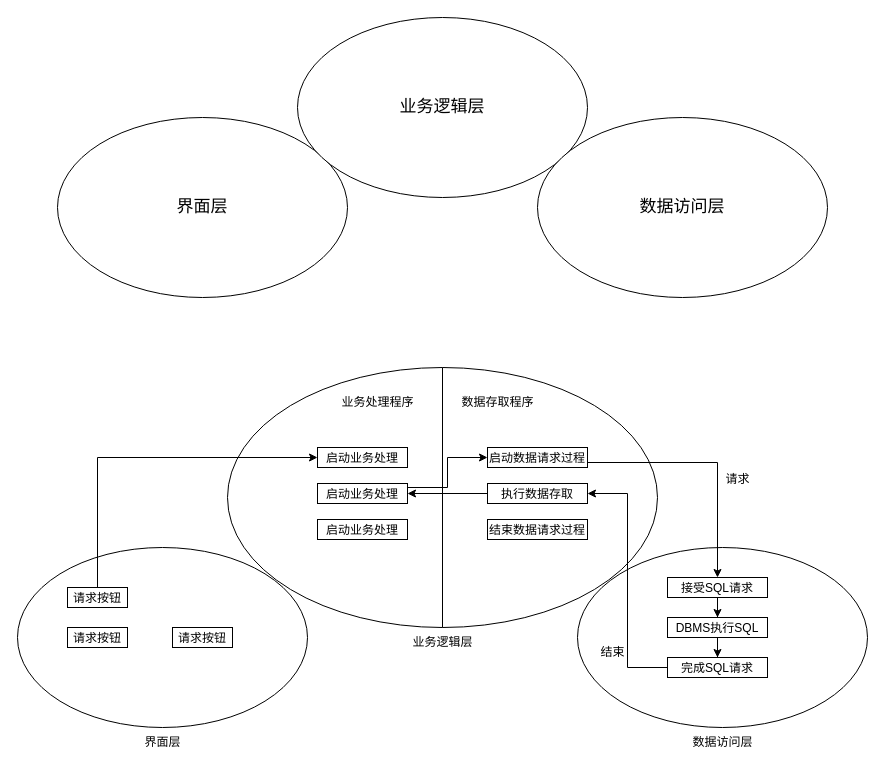
Before: pic3.drawio in lovefxyo/drawio, a draw.io diagram. Source tidied: cells renumbered, new cells numbered last; positions are measured from the earlier drawing's top-left corner, leaving out a move shared by most shapes. Both pictures are drawn from the tidied source at 100%, with x=0, y=0 at pixel (17, 17).
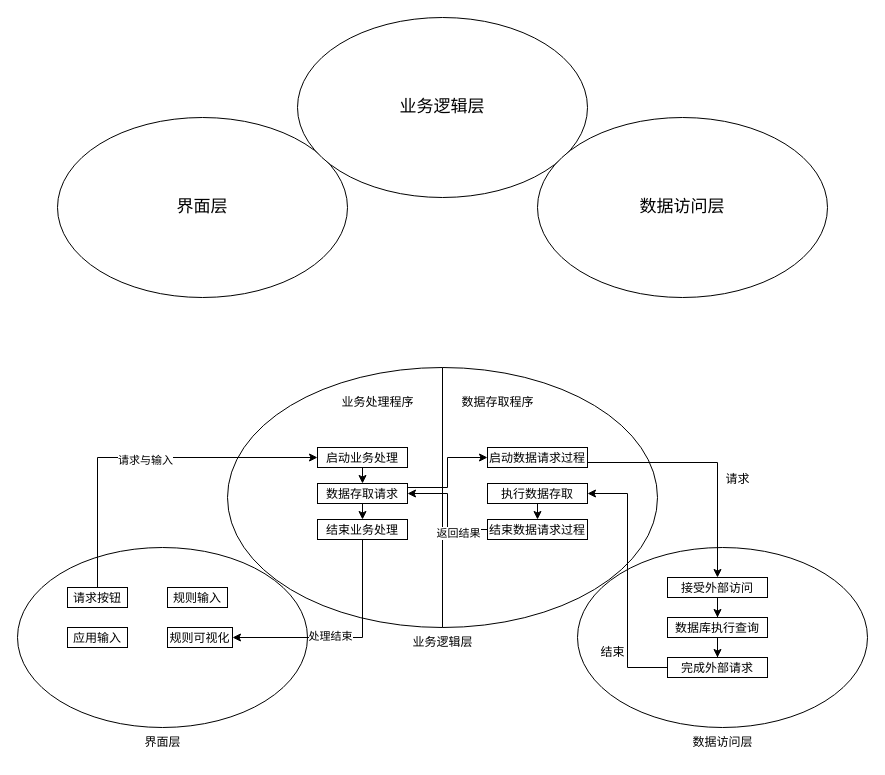
After the change.

Unchanged cells that the change refers to:
```xml
<mxCell id="8" style="edgeStyle=orthogonalEdgeStyle;rounded=0;jettySize=auto;html=1;entryX=0;entryY=0.5;entryDx=0;entryDy=0;fontSize=12;" parent="1" edge="1" source="9" target="13">
  <mxGeometry relative="1" as="geometry">
    <Array as="points">
      <mxPoint x="80" y="440" />
    </Array>
  </mxGeometry>
</mxCell>
<mxCell id="13" value="&lt;font style=&quot;font-size: 12px;&quot;&gt;启动业务处理&lt;/font&gt;" style="rounded=0;whiteSpace=wrap;html=1;shadow=0;fontSize=17;" parent="1" vertex="1">
  <mxGeometry x="300" y="430" width="90" height="20" as="geometry" />
</mxCell>
<mxCell id="21" value="&lt;span style=&quot;font-size: 12px;&quot;&gt;执行数据存取&lt;/span&gt;" style="rounded=0;whiteSpace=wrap;html=1;shadow=0;fontSize=17;" parent="1" vertex="1">
  <mxGeometry x="470" y="466" width="100" height="20" as="geometry" />
</mxCell>
<mxCell id="22" value="&lt;span style=&quot;font-size: 12px;&quot;&gt;结束数据请求过程&lt;/span&gt;" style="rounded=0;whiteSpace=wrap;html=1;shadow=0;fontSize=17;" parent="1" vertex="1">
  <mxGeometry x="470" y="502" width="100" height="20" as="geometry" />
</mxCell>
```

What changed in the source:
```diff
@@
+    <mxCell id="35" value="请求与输入" style="edgeLabel;html=1;align=center;verticalAlign=middle;fontSize=11;" parent="8" vertex="1">
+      <mxGeometry x="0.01" y="-2" relative="1" as="geometry" />
+    </mxCell>
@@
-    <mxCell id="10" value="&lt;font style=&quot;font-size: 12px;&quot;&gt;请求按钮&lt;/font&gt;" style="rounded=0;whiteSpace=wrap;html=1;shadow=0;fontSize=17;" parent="1" vertex="1">
+    <mxCell id="10" value="&lt;span style=&quot;font-size: 12px;&quot;&gt;应用输入&lt;/span&gt;" style="rounded=0;whiteSpace=wrap;html=1;shadow=0;fontSize=17;" parent="1" vertex="1">
       <mxGeometry x="50" y="610" width="60" height="20" as="geometry" />
     </mxCell>
-    <mxCell id="11" value="&lt;font style=&quot;font-size: 12px;&quot;&gt;请求按钮&lt;/font&gt;" style="rounded=0;whiteSpace=wrap;html=1;shadow=0;fontSize=17;" parent="1" vertex="1">
-      <mxGeometry x="155" y="610" width="60" height="20" as="geometry" />
+    <mxCell id="11" value="&lt;span style=&quot;font-size: 12px;&quot;&gt;规则可视化&lt;/span&gt;" style="rounded=0;whiteSpace=wrap;html=1;shadow=0;fontSize=17;" parent="1" vertex="1">
+      <mxGeometry x="150" y="610" width="65" height="20" as="geometry" />
     </mxCell>
@@
+    <mxCell id="36" style="edgeStyle=orthogonalEdgeStyle;rounded=0;jettySize=auto;html=1;exitX=0.5;exitY=1;exitDx=0;exitDy=0;entryX=0.5;entryY=0;entryDx=0;entryDy=0;fontSize=11;" parent="1" edge="1" source="13" target="15">
+      <mxGeometry relative="1" as="geometry" />
+    </mxCell>
@@
+    <mxCell id="37" style="edgeStyle=orthogonalEdgeStyle;rounded=0;jettySize=auto;html=1;exitX=0.5;exitY=1;exitDx=0;exitDy=0;entryX=0.5;entryY=0;entryDx=0;entryDy=0;fontSize=11;" parent="1" edge="1" source="15" target="16">
+      <mxGeometry relative="1" as="geometry" />
+    </mxCell>
-    <mxCell id="15" value="&lt;font style=&quot;font-size: 12px;&quot;&gt;启动业务处理&lt;/font&gt;" style="rounded=0;whiteSpace=wrap;html=1;shadow=0;fontSize=17;" parent="1" vertex="1">
+    <mxCell id="15" value="&lt;font style=&quot;font-size: 12px;&quot;&gt;数据存取请求&lt;/font&gt;" style="rounded=0;whiteSpace=wrap;html=1;shadow=0;fontSize=17;" parent="1" vertex="1">
       <mxGeometry x="300" y="466" width="90" height="20" as="geometry" />
     </mxCell>
+    <mxCell id="38" style="edgeStyle=orthogonalEdgeStyle;rounded=0;jettySize=auto;html=1;exitX=0.5;exitY=1;exitDx=0;exitDy=0;entryX=1;entryY=0.5;entryDx=0;entryDy=0;fontSize=11;" parent="1" edge="1" source="16" target="11">
+      <mxGeometry relative="1" as="geometry" />
+    </mxCell>
+    <mxCell id="39" value="处理结束" style="edgeLabel;html=1;align=center;verticalAlign=middle;fontSize=11;" parent="38" vertex="1">
+      <mxGeometry x="0.15" y="-2" relative="1" as="geometry" />
+    </mxCell>
-    <mxCell id="16" value="&lt;font style=&quot;font-size: 12px;&quot;&gt;启动业务处理&lt;/font&gt;" style="rounded=0;whiteSpace=wrap;html=1;shadow=0;fontSize=17;" parent="1" vertex="1">
+    <mxCell id="16" value="&lt;font style=&quot;font-size: 12px;&quot;&gt;结束业务处理&lt;/font&gt;" style="rounded=0;whiteSpace=wrap;html=1;shadow=0;fontSize=17;" parent="1" vertex="1">
       <mxGeometry x="300" y="502" width="90" height="20" as="geometry" />
     </mxCell>
@@
-    <mxCell id="20" style="edgeStyle=orthogonalEdgeStyle;rounded=0;jettySize=auto;html=1;entryX=1;entryY=0.5;entryDx=0;entryDy=0;fontSize=12;" parent="1" edge="1" source="21" target="15">
-      <mxGeometry relative="1" as="geometry" />
-    </mxCell>
+    <mxCell id="40" style="edgeStyle=orthogonalEdgeStyle;rounded=0;jettySize=auto;html=1;exitX=0.5;exitY=1;exitDx=0;exitDy=0;entryX=0.5;entryY=0;entryDx=0;entryDy=0;fontSize=11;" parent="1" edge="1" source="21" target="22">
+      <mxGeometry relative="1" as="geometry" />
+    </mxCell>
@@
+    <mxCell id="41" style="edgeStyle=orthogonalEdgeStyle;rounded=0;jettySize=auto;html=1;exitX=0;exitY=0.5;exitDx=0;exitDy=0;entryX=1;entryY=0.5;entryDx=0;entryDy=0;fontSize=11;" parent="1" edge="1" source="22" target="15">
+      <mxGeometry relative="1" as="geometry" />
+    </mxCell>
+    <mxCell id="42" value="返回结果" style="edgeLabel;html=1;align=center;verticalAlign=middle;fontSize=11;" parent="41" vertex="1">
+      <mxGeometry x="-0.29" relative="1" as="geometry">
+        <mxPoint x="10" y="4" as="offset" />
+      </mxGeometry>
+    </mxCell>
@@
-    <mxCell id="24" value="&lt;span style=&quot;font-size: 12px;&quot;&gt;接受SQL请求&lt;/span&gt;" style="rounded=0;whiteSpace=wrap;html=1;shadow=0;fontSize=17;" parent="1" vertex="1">
+    <mxCell id="24" value="&lt;span style=&quot;font-size: 12px;&quot;&gt;接受外部访问&lt;/span&gt;" style="rounded=0;whiteSpace=wrap;html=1;shadow=0;fontSize=17;" parent="1" vertex="1">
       <mxGeometry x="650" y="560" width="100" height="20" as="geometry" />
     </mxCell>
@@
-    <mxCell id="26" value="&lt;span style=&quot;font-size: 12px;&quot;&gt;DBMS执行SQL&lt;/span&gt;" style="rounded=0;whiteSpace=wrap;html=1;shadow=0;fontSize=17;" parent="1" vertex="1">
+    <mxCell id="26" value="&lt;span style=&quot;font-size: 12px;&quot;&gt;数据库执行查询&lt;/span&gt;" style="rounded=0;whiteSpace=wrap;html=1;shadow=0;fontSize=17;" parent="1" vertex="1">
       <mxGeometry x="650" y="600" width="100" height="20" as="geometry" />
     </mxCell>
@@
-    <mxCell id="28" value="&lt;span style=&quot;font-size: 12px;&quot;&gt;完成SQL请求&lt;/span&gt;" style="rounded=0;whiteSpace=wrap;html=1;shadow=0;fontSize=17;" parent="1" vertex="1">
+    <mxCell id="28" value="&lt;span style=&quot;font-size: 12px;&quot;&gt;完成外部请求&lt;/span&gt;" style="rounded=0;whiteSpace=wrap;html=1;shadow=0;fontSize=17;" parent="1" vertex="1">
       <mxGeometry x="650" y="640" width="100" height="20" as="geometry" />
     </mxCell>
@@
+    <mxCell id="43" value="&lt;span style=&quot;font-size: 12px;&quot;&gt;规则输入&lt;/span&gt;" style="rounded=0;whiteSpace=wrap;html=1;shadow=0;fontSize=17;" parent="1" vertex="1">
+      <mxGeometry x="150" y="570" width="60" height="20" as="geometry" />
+    </mxCell>
```
